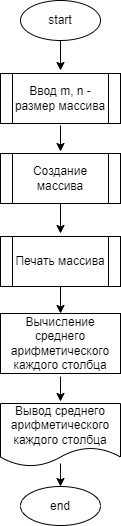
This is HW9/Ex66/diagram.drawio.png from SboevaTatiana/HW_1, a draw.io export, as it was before one commit. Source tidied: cells renumbered, new cells last; positions are measured from the earlier drawing's top-left corner, leaving out a move shared by most shapes. Its diagram source:
```xml
<mxGraphModel>
  <root>
    <mxCell id="0" />
    <mxCell id="1" parent="0" />
    <mxCell id="2" style="edgeStyle=orthogonalEdgeStyle;rounded=0;jettySize=auto;html=1;" parent="1" edge="1" source="3">
      <mxGeometry relative="1" as="geometry">
        <mxPoint x="60" y="70" as="targetPoint" />
      </mxGeometry>
    </mxCell>
    <mxCell id="3" value="start" style="ellipse;whiteSpace=wrap;html=1;" parent="1" vertex="1">
      <mxGeometry x="20" width="80" height="40" as="geometry" />
    </mxCell>
    <mxCell id="4" style="edgeStyle=orthogonalEdgeStyle;rounded=0;orthogonalLoop=1;jettySize=auto;html=1;" parent="1" edge="1">
      <mxGeometry relative="1" as="geometry">
        <mxPoint x="60" y="125" as="sourcePoint" />
        <mxPoint x="60" y="151" as="targetPoint" />
      </mxGeometry>
    </mxCell>
    <mxCell id="5" style="edgeStyle=orthogonalEdgeStyle;rounded=0;jettySize=auto;html=1;" parent="1" edge="1" target="6">
      <mxGeometry relative="1" as="geometry">
        <mxPoint x="60" y="463" as="sourcePoint" />
        <Array as="points">
          <mxPoint x="60" y="473" />
          <mxPoint x="60" y="473" />
        </Array>
      </mxGeometry>
    </mxCell>
    <mxCell id="6" value="end" style="ellipse;whiteSpace=wrap;html=1;" parent="1" vertex="1">
      <mxGeometry x="20" y="486" width="80" height="39" as="geometry" />
    </mxCell>
    <mxCell id="7" style="edgeStyle=none;html=1;" parent="1" edge="1">
      <mxGeometry relative="1" as="geometry">
        <mxPoint x="60" y="376" as="sourcePoint" />
        <mxPoint x="60" y="401" as="targetPoint" />
      </mxGeometry>
    </mxCell>
    <mxCell id="8" value="Ввод m, n - размер массива" style="shape=process;whiteSpace=wrap;html=1;backgroundOutline=1;" parent="1" vertex="1">
      <mxGeometry y="73" width="120" height="50" as="geometry" />
    </mxCell>
    <mxCell id="9" style="edgeStyle=none;html=1;" parent="1" edge="1" source="10">
      <mxGeometry relative="1" as="geometry">
        <mxPoint x="60" y="233" as="targetPoint" />
      </mxGeometry>
    </mxCell>
    <mxCell id="10" value="Создание массива" style="shape=process;whiteSpace=wrap;html=1;backgroundOutline=1;" parent="1" vertex="1">
      <mxGeometry y="153" width="120" height="50" as="geometry" />
    </mxCell>
    <mxCell id="11" style="edgeStyle=none;html=1;entryX=0.5;entryY=0;entryDx=0;entryDy=0;" parent="1" edge="1" source="12" target="14">
      <mxGeometry relative="1" as="geometry" />
    </mxCell>
    <mxCell id="12" value="Печать массива" style="shape=process;whiteSpace=wrap;html=1;backgroundOutline=1;" parent="1" vertex="1">
      <mxGeometry y="236" width="120" height="50" as="geometry" />
    </mxCell>
    <mxCell id="13" value="Вывод среднего арифметического каждого столбца" style="shape=document;whiteSpace=wrap;html=1;boundedLbl=1;" parent="1" vertex="1">
      <mxGeometry y="403" width="120" height="63" as="geometry" />
    </mxCell>
    <mxCell id="14" value="Вычисление среднего арифметического каждого столбца" style="rounded=0;whiteSpace=wrap;html=1;" parent="1" vertex="1">
      <mxGeometry y="313" width="120" height="60" as="geometry" />
    </mxCell>
  </root>
</mxGraphModel>
```
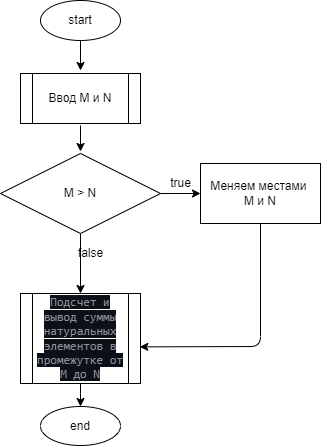
The same diagram one commit later.

What changed in the source:
```diff
@@ -18,44 +18,57 @@
     </mxCell>
     <mxCell id="5" style="edgeStyle=orthogonalEdgeStyle;rounded=0;jettySize=auto;html=1;" parent="1" edge="1" target="6">
       <mxGeometry relative="1" as="geometry">
-        <mxPoint x="60" y="463" as="sourcePoint" />
+        <mxPoint x="60" y="383" as="sourcePoint" />
         <Array as="points">
-          <mxPoint x="60" y="473" />
-          <mxPoint x="60" y="473" />
+          <mxPoint x="60" y="393" />
+          <mxPoint x="60" y="393" />
         </Array>
       </mxGeometry>
     </mxCell>
     <mxCell id="6" value="end" style="ellipse;whiteSpace=wrap;html=1;" parent="1" vertex="1">
-      <mxGeometry x="20" y="486" width="80" height="39" as="geometry" />
+      <mxGeometry x="20" y="406" width="80" height="39" as="geometry" />
     </mxCell>
-    <mxCell id="7" style="edgeStyle=none;html=1;" parent="1" edge="1">
-      <mxGeometry relative="1" as="geometry">
-        <mxPoint x="60" y="376" as="sourcePoint" />
-        <mxPoint x="60" y="401" as="targetPoint" />
-      </mxGeometry>
-    </mxCell>
-    <mxCell id="8" value="Ввод m, n - размер массива" style="shape=process;whiteSpace=wrap;html=1;backgroundOutline=1;" parent="1" vertex="1">
+    <mxCell id="8" value="Ввод M и N" style="shape=process;whiteSpace=wrap;html=1;backgroundOutline=1;" parent="1" vertex="1">
       <mxGeometry y="73" width="120" height="50" as="geometry" />
     </mxCell>
-    <mxCell id="9" style="edgeStyle=none;html=1;" parent="1" edge="1" source="10">
+    <mxCell id="9" style="edgeStyle=none;html=1;" parent="1" edge="1">
       <mxGeometry relative="1" as="geometry">
+        <mxPoint x="60" y="203" as="sourcePoint" />
         <mxPoint x="60" y="233" as="targetPoint" />
       </mxGeometry>
     </mxCell>
-    <mxCell id="10" value="Создание массива" style="shape=process;whiteSpace=wrap;html=1;backgroundOutline=1;" parent="1" vertex="1">
-      <mxGeometry y="153" width="120" height="50" as="geometry" />
-    </mxCell>
-    <mxCell id="11" style="edgeStyle=none;html=1;entryX=0.5;entryY=0;entryDx=0;entryDy=0;" parent="1" edge="1" source="12" target="14">
-      <mxGeometry relative="1" as="geometry" />
+    <mxCell id="11" style="edgeStyle=none;html=1;entryX=0.5;entryY=0;entryDx=0;entryDy=0;" parent="1" edge="1" source="12">
+      <mxGeometry relative="1" as="geometry">
+        <mxPoint x="60" y="313" as="targetPoint" />
+      </mxGeometry>
     </mxCell>
-    <mxCell id="12" value="Печать массива" style="shape=process;whiteSpace=wrap;html=1;backgroundOutline=1;" parent="1" vertex="1">
-      <mxGeometry y="236" width="120" height="50" as="geometry" />
+    <mxCell id="12" value="&lt;span style=&quot;color: rgb(139, 148, 158); font-family: ui-monospace, SFMono-Regular, &amp;quot;SF Mono&amp;quot;, Menlo, Consolas, &amp;quot;Liberation Mono&amp;quot;, monospace; text-align: start; background-color: rgb(13, 17, 23);&quot;&gt;Подсчет и вывод суммы натуральных элементов в промежутке от M до N&lt;br&gt;&lt;/span&gt;" style="shape=process;whiteSpace=wrap;html=1;backgroundOutline=1;" parent="1" vertex="1">
+      <mxGeometry y="293" width="120" height="90" as="geometry" />
     </mxCell>
-    <mxCell id="13" value="Вывод среднего арифметического каждого столбца" style="shape=document;whiteSpace=wrap;html=1;boundedLbl=1;" parent="1" vertex="1">
-      <mxGeometry y="403" width="120" height="63" as="geometry" />
-    </mxCell>
+    <mxCell id="15" style="edgeStyle=none;html=1;" parent="1" edge="1" source="14" target="12">
+      <mxGeometry relative="1" as="geometry" />
+    </mxCell>
+    <mxCell id="16" style="edgeStyle=none;html=1;" parent="1" edge="1" source="14" target="18">
+      <mxGeometry relative="1" as="geometry" />
+    </mxCell>
-    <mxCell id="14" value="Вычисление среднего арифметического каждого столбца" style="rounded=0;whiteSpace=wrap;html=1;" parent="1" vertex="1">
-      <mxGeometry y="313" width="120" height="60" as="geometry" />
+    <mxCell id="14" value="M &amp;gt; N" style="rhombus;whiteSpace=wrap;html=1;" parent="1" vertex="1">
+      <mxGeometry x="-20" y="153" width="160" height="80" as="geometry" />
     </mxCell>
+    <mxCell id="17" style="edgeStyle=none;html=1;entryX=0.994;entryY=0.593;entryDx=0;entryDy=0;entryPerimeter=0;" parent="1" edge="1" source="18" target="12">
+      <mxGeometry relative="1" as="geometry">
+        <Array as="points">
+          <mxPoint x="240" y="346" />
+        </Array>
+      </mxGeometry>
+    </mxCell>
+    <mxCell id="18" value="Меняем местами &lt;br&gt;M и N" style="rounded=0;whiteSpace=wrap;html=1;" parent="1" vertex="1">
+      <mxGeometry x="180" y="163" width="120" height="60" as="geometry" />
+    </mxCell>
+    <mxCell id="19" value="true" style="text;html=1;align=center;verticalAlign=middle;strokeColor=none;fillColor=none;" parent="1" vertex="1">
+      <mxGeometry x="140" y="168" width="40" height="30" as="geometry" />
+    </mxCell>
+    <mxCell id="20" value="false" style="text;html=1;align=center;verticalAlign=middle;strokeColor=none;fillColor=none;" parent="1" vertex="1">
+      <mxGeometry x="45" y="238" width="50" height="30" as="geometry" />
+    </mxCell>
   </root>
 </mxGraphModel>
```
